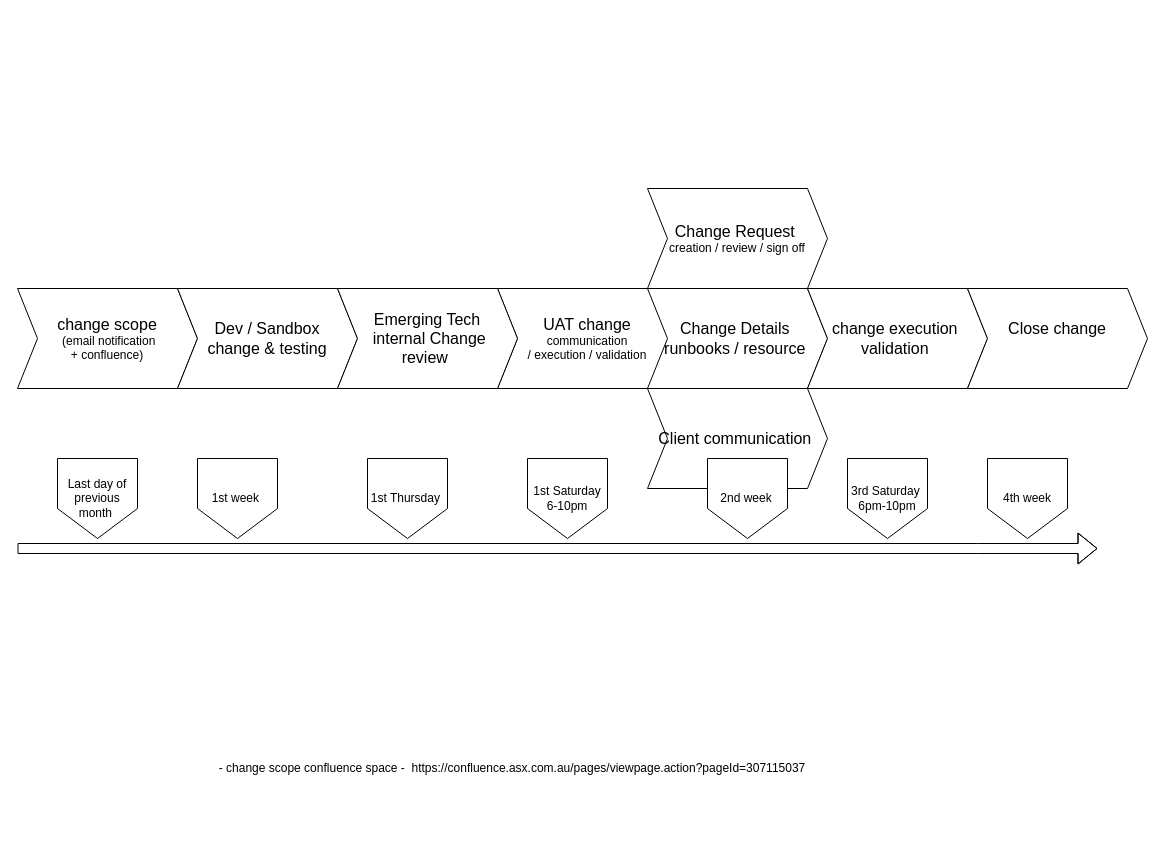
dananaus/Jenkins keeps this draw.io diagram as Untitled Diagram.drawio. Above is the earlier version. Source tidied: cells renumbered, new cells numbered last; positions are measured from the earlier drawing's top-left corner, leaving out a move shared by most shapes. Both pictures are drawn from the tidied source at 100%, with x=0, y=0 at pixel (17, 188).
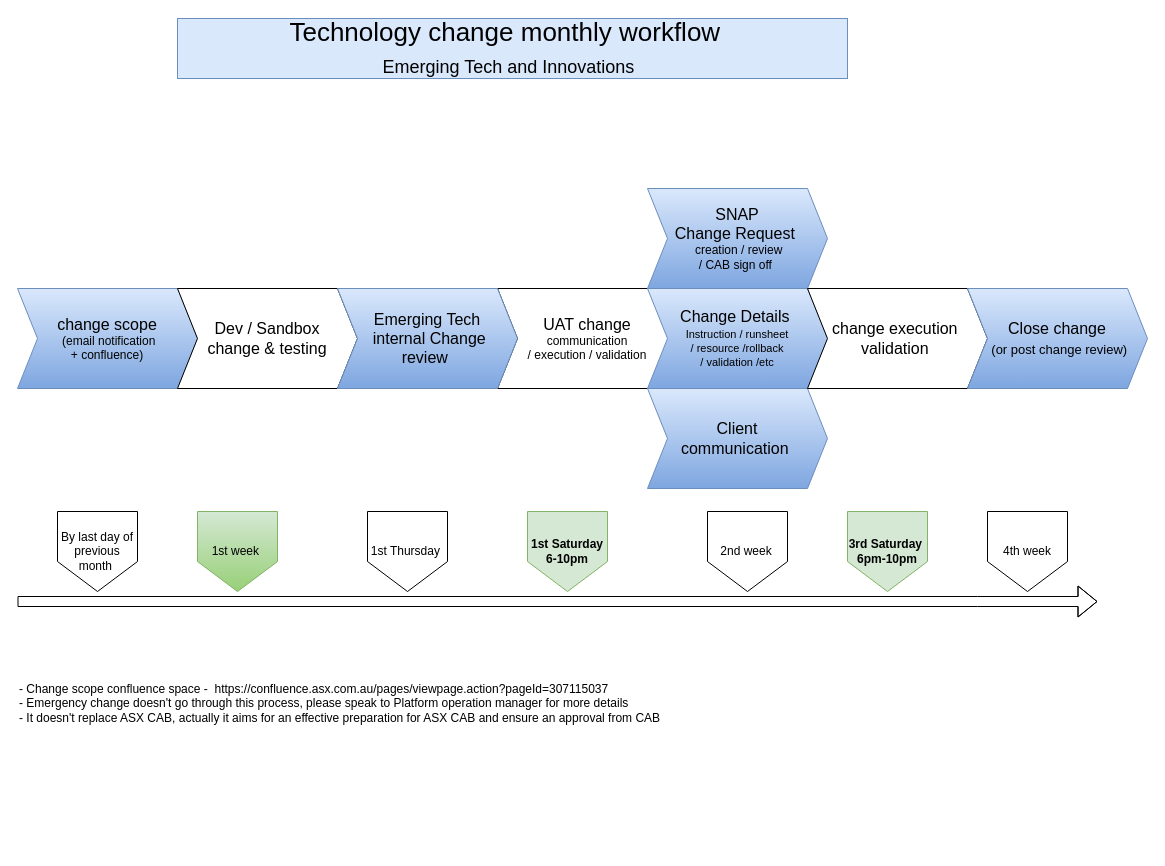
The same diagram, later.

The edit, as a diff of the source:
```diff
@@
-    <mxCell id="2" value="&lt;font style=&quot;font-size: 16px;&quot;&gt;change scope&lt;/font&gt;&lt;br&gt;&amp;nbsp;(email notification &lt;br&gt;+ confluence)" style="shape=step;perimeter=stepPerimeter;whiteSpace=wrap;html=1;fixedSize=1;" parent="1" vertex="1">
+    <mxCell id="2" value="&lt;font style=&quot;font-size: 16px;&quot;&gt;change scope&lt;/font&gt;&lt;br&gt;&amp;nbsp;(email notification &lt;br&gt;+ confluence)" style="shape=step;perimeter=stepPerimeter;whiteSpace=wrap;html=1;fixedSize=1;fillColor=#dae8fc;strokeColor=#6c8ebf;gradientColor=#7ea6e0;" parent="1" vertex="1">
       <mxGeometry y="100" width="180" height="100" as="geometry" />
     </mxCell>
-    <mxCell id="3" value="- change scope confluence space -&amp;nbsp; https://confluence.asx.com.au/pages/viewpage.action?pageId=307115037" style="text;strokeColor=none;align=center;fillColor=none;html=1;verticalAlign=middle;whiteSpace=wrap;rounded=0;" parent="1" vertex="1">
-      <mxGeometry x="190" y="500" width="610" height="160" as="geometry" />
+    <mxCell id="3" value="- Change scope confluence space -&amp;nbsp; https://confluence.asx.com.au/pages/viewpage.action?pageId=307115037&lt;br&gt;- Emergency change doesn't go through this process, please speak to Platform operation manager for more details&lt;br&gt;- It doesn't replace ASX CAB, actually it aims for an effective preparation for ASX CAB and ensure an approval from CAB" style="text;strokeColor=none;align=left;fillColor=none;html=1;verticalAlign=middle;whiteSpace=wrap;rounded=0;" parent="1" vertex="1">
+      <mxGeometry y="450" width="710" height="130" as="geometry" />
     </mxCell>
@@
-    <mxCell id="6" value="&lt;font style=&quot;font-size: 16px;&quot;&gt;Change Request&amp;nbsp;&lt;/font&gt;&lt;br&gt;&amp;nbsp;creation / review / sign off&amp;nbsp;" style="shape=step;perimeter=stepPerimeter;whiteSpace=wrap;html=1;fixedSize=1;" parent="1" vertex="1">
+    <mxCell id="6" value="&lt;font style=&quot;font-size: 16px;&quot;&gt;SNAP &lt;br&gt;Change Request&amp;nbsp;&lt;/font&gt;&lt;br&gt;&amp;nbsp;creation / review &lt;br&gt;/ CAB sign off&amp;nbsp;" style="shape=step;perimeter=stepPerimeter;whiteSpace=wrap;html=1;fixedSize=1;fillColor=#dae8fc;gradientColor=#7ea6e0;strokeColor=#6c8ebf;" parent="1" vertex="1">
       <mxGeometry x="630" width="180" height="100" as="geometry" />
     </mxCell>
-    <mxCell id="7" value="&lt;span style=&quot;font-size: 16px;&quot;&gt;Emerging Tech&lt;br&gt;&amp;nbsp;internal Change &lt;br&gt;review&amp;nbsp;&lt;/span&gt;" style="shape=step;perimeter=stepPerimeter;whiteSpace=wrap;html=1;fixedSize=1;" parent="1" vertex="1">
+    <mxCell id="7" value="&lt;span style=&quot;font-size: 16px;&quot;&gt;Emerging Tech&lt;br&gt;&amp;nbsp;internal Change &lt;br&gt;review&amp;nbsp;&lt;/span&gt;" style="shape=step;perimeter=stepPerimeter;whiteSpace=wrap;html=1;fixedSize=1;fillColor=#dae8fc;gradientColor=#7ea6e0;strokeColor=#6c8ebf;" parent="1" vertex="1">
       <mxGeometry x="320" y="100" width="180" height="100" as="geometry" />
     </mxCell>
-    <mxCell id="8" value="&lt;span style=&quot;font-size: 16px;&quot;&gt;Change Details&amp;nbsp;&lt;br&gt;runbooks / resource&amp;nbsp;&lt;br&gt;&lt;/span&gt;" style="shape=step;perimeter=stepPerimeter;whiteSpace=wrap;html=1;fixedSize=1;" parent="1" vertex="1">
+    <mxCell id="8" value="&lt;font style=&quot;font-size: 16px;&quot;&gt;Change Details&amp;nbsp;&lt;/font&gt;&lt;br&gt;&lt;span style=&quot;font-size: 11px;&quot;&gt;Instruction / runsheet&lt;/span&gt;&lt;br&gt;&lt;span style=&quot;font-size: 11px;&quot;&gt;/ resource /rollback &lt;/span&gt;&lt;br&gt;&lt;span style=&quot;font-size: 11px;&quot;&gt;/ validation /etc&lt;/span&gt;" style="shape=step;perimeter=stepPerimeter;whiteSpace=wrap;html=1;fixedSize=1;fillColor=#dae8fc;gradientColor=#7ea6e0;strokeColor=#6c8ebf;" parent="1" vertex="1">
       <mxGeometry x="630" y="100" width="180" height="100" as="geometry" />
     </mxCell>
-    <mxCell id="9" value="&lt;span style=&quot;font-size: 16px;&quot;&gt;Client communication&amp;nbsp;&lt;br&gt;&lt;/span&gt;" style="shape=step;perimeter=stepPerimeter;whiteSpace=wrap;html=1;fixedSize=1;" parent="1" vertex="1">
+    <mxCell id="9" value="&lt;span style=&quot;font-size: 16px;&quot;&gt;Client &lt;br&gt;communication&amp;nbsp;&lt;br&gt;&lt;/span&gt;" style="shape=step;perimeter=stepPerimeter;whiteSpace=wrap;html=1;fixedSize=1;fillColor=#dae8fc;gradientColor=#7ea6e0;strokeColor=#6c8ebf;" parent="1" vertex="1">
       <mxGeometry x="630" y="200" width="180" height="100" as="geometry" />
     </mxCell>
@@
-    <mxCell id="11" value="&lt;span style=&quot;font-size: 16px;&quot;&gt;Close change&lt;br&gt;&amp;nbsp;&lt;br&gt;&lt;/span&gt;" style="shape=step;perimeter=stepPerimeter;whiteSpace=wrap;html=1;fixedSize=1;" parent="1" vertex="1">
+    <mxCell id="11" value="&lt;span style=&quot;font-size: 16px;&quot;&gt;Close change&lt;br&gt;&amp;nbsp;&lt;/span&gt;&lt;font style=&quot;font-size: 13px;&quot;&gt;(or post change review)&lt;/font&gt;" style="shape=step;perimeter=stepPerimeter;whiteSpace=wrap;html=1;fixedSize=1;fillColor=#dae8fc;gradientColor=#7ea6e0;strokeColor=#6c8ebf;" parent="1" vertex="1">
       <mxGeometry x="950" y="100" width="180" height="100" as="geometry" />
     </mxCell>
     <mxCell id="12" style="shape=flexArrow;endArrow=classic;html=1;rounded=0;" parent="1" edge="1">
       <mxGeometry relative="1" as="geometry">
-        <mxPoint y="360" as="sourcePoint" />
-        <mxPoint x="1080" y="360" as="targetPoint" />
+        <mxPoint y="413" as="sourcePoint" />
+        <mxPoint x="1080" y="413" as="targetPoint" />
         <Array as="points">
-          <mxPoint x="960" y="360" />
+          <mxPoint x="960" y="413" />
         </Array>
       </mxGeometry>
     </mxCell>
-    <mxCell id="13" value="Last day of previous month&amp;nbsp;" style="shape=offPageConnector;whiteSpace=wrap;html=1;" parent="1" vertex="1">
-      <mxGeometry x="40" y="270" width="80" height="80" as="geometry" />
+    <mxCell id="13" value="By last day of previous month&amp;nbsp;" style="shape=offPageConnector;whiteSpace=wrap;html=1;" parent="1" vertex="1">
+      <mxGeometry x="40" y="323" width="80" height="80" as="geometry" />
     </mxCell>
-    <mxCell id="14" value="1st week&amp;nbsp;" style="shape=offPageConnector;whiteSpace=wrap;html=1;" parent="1" vertex="1">
-      <mxGeometry x="180" y="270" width="80" height="80" as="geometry" />
+    <mxCell id="14" value="1st week&amp;nbsp;" style="shape=offPageConnector;whiteSpace=wrap;html=1;fillColor=#d5e8d4;gradientColor=#97d077;strokeColor=#82b366;" parent="1" vertex="1">
+      <mxGeometry x="180" y="323" width="80" height="80" as="geometry" />
     </mxCell>
-    <mxCell id="15" value="1st Saturday 6-10pm" style="shape=offPageConnector;whiteSpace=wrap;html=1;" parent="1" vertex="1">
-      <mxGeometry x="510" y="270" width="80" height="80" as="geometry" />
+    <mxCell id="15" value="1st Saturday 6-10pm" style="shape=offPageConnector;whiteSpace=wrap;html=1;fillColor=#d5e8d4;strokeColor=#82b366;fontStyle=1;" parent="1" vertex="1">
+      <mxGeometry x="510" y="323" width="80" height="80" as="geometry" />
     </mxCell>
     <mxCell id="16" value="1st Thursday&amp;nbsp;" style="shape=offPageConnector;whiteSpace=wrap;html=1;" parent="1" vertex="1">
-      <mxGeometry x="350" y="270" width="80" height="80" as="geometry" />
+      <mxGeometry x="350" y="323" width="80" height="80" as="geometry" />
     </mxCell>
     <mxCell id="17" value="2nd week&lt;span style=&quot;white-space: pre;&quot;&gt;&#9;&lt;/span&gt;" style="shape=offPageConnector;whiteSpace=wrap;html=1;" parent="1" vertex="1">
-      <mxGeometry x="690" y="270" width="80" height="80" as="geometry" />
+      <mxGeometry x="690" y="323" width="80" height="80" as="geometry" />
     </mxCell>
-    <mxCell id="18" value="3rd Saturday&amp;nbsp;&lt;br&gt;6pm-10pm" style="shape=offPageConnector;whiteSpace=wrap;html=1;" parent="1" vertex="1">
-      <mxGeometry x="830" y="270" width="80" height="80" as="geometry" />
+    <mxCell id="18" value="3rd Saturday&amp;nbsp;&lt;br&gt;6pm-10pm" style="shape=offPageConnector;whiteSpace=wrap;html=1;fontStyle=1;fillColor=#d5e8d4;strokeColor=#82b366;" parent="1" vertex="1">
+      <mxGeometry x="830" y="323" width="80" height="80" as="geometry" />
     </mxCell>
     <mxCell id="19" value="4th week" style="shape=offPageConnector;whiteSpace=wrap;html=1;" parent="1" vertex="1">
-      <mxGeometry x="970" y="270" width="80" height="80" as="geometry" />
+      <mxGeometry x="970" y="323" width="80" height="80" as="geometry" />
     </mxCell>
+    <mxCell id="20" value="&lt;font style=&quot;&quot;&gt;&lt;span style=&quot;font-size: 26px;&quot;&gt;Technology change monthly&amp;nbsp;&lt;/span&gt;&lt;font style=&quot;font-size: 26px;&quot;&gt;workflow&amp;nbsp;&amp;nbsp;&lt;/font&gt;&lt;br&gt;&lt;font style=&quot;font-size: 18px;&quot;&gt;Emerging Tech and Innovations&lt;/font&gt;&lt;/font&gt;&lt;font style=&quot;font-size: 26px;&quot;&gt;&amp;nbsp;&lt;/font&gt;" style="text;strokeColor=#6c8ebf;align=center;fillColor=#dae8fc;html=1;verticalAlign=middle;whiteSpace=wrap;rounded=0;" parent="1" vertex="1">
+      <mxGeometry x="160" y="-170" width="670" height="60" as="geometry" />
+    </mxCell>
```
